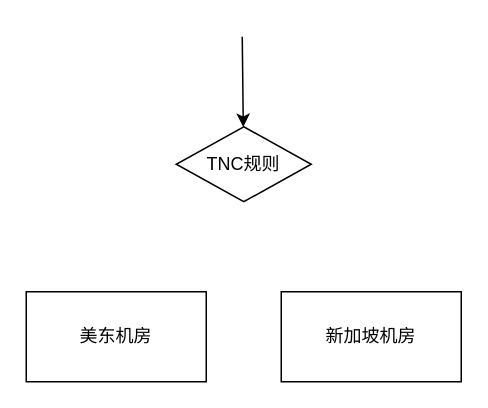
Before: page "Page-2" (2 of 3) of Untitled Diagram.drawio in xiaoxiaociel/demos, a draw.io diagram. Source tidied: cells renumbered, new cells numbered last; positions are measured from the earlier drawing's top-left corner, leaving out a move shared by most shapes. Both pictures are drawn from the tidied source at 150%, with x=0, y=0 at pixel (26, 36).
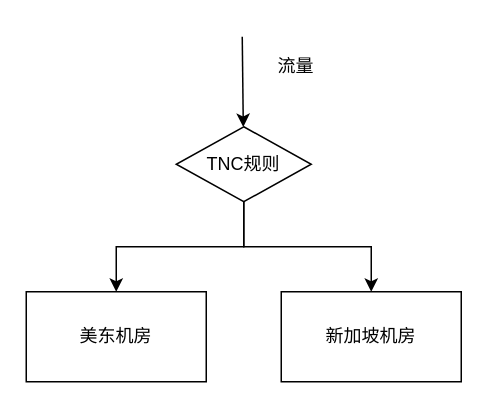
The same diagram, later.

Diff of the diagram source:
```diff
@@
 <mxGraphModel>
   <root>
     <mxCell id="0" />
     <mxCell id="1" parent="0" />
     <mxCell id="2" value="美东机房" style="rounded=0;whiteSpace=wrap;html=1;" parent="1" vertex="1">
       <mxGeometry y="170" width="120" height="60" as="geometry" />
     </mxCell>
     <mxCell id="3" value="新加坡机房" style="rounded=0;whiteSpace=wrap;html=1;" parent="1" vertex="1">
       <mxGeometry x="170" y="170" width="120" height="60" as="geometry" />
     </mxCell>
+    <mxCell id="6" style="edgeStyle=orthogonalEdgeStyle;rounded=0;jettySize=auto;html=1;exitX=0.5;exitY=1;exitDx=0;exitDy=0;" parent="1" edge="1" source="4" target="2">
+      <mxGeometry relative="1" as="geometry" />
+    </mxCell>
+    <mxCell id="7" style="edgeStyle=orthogonalEdgeStyle;rounded=0;jettySize=auto;html=1;exitX=0.5;exitY=1;exitDx=0;exitDy=0;" parent="1" edge="1" source="4" target="3">
+      <mxGeometry relative="1" as="geometry" />
+    </mxCell>
     <mxCell id="4" value="TNC规则" style="rhombus;whiteSpace=wrap;html=1;" parent="1" vertex="1">
       <mxGeometry x="100" y="60" width="90" height="50" as="geometry" />
     </mxCell>
     <mxCell id="5" style="endArrow=classic;html=1;" parent="1" edge="1" target="4">
       <mxGeometry relative="1" as="geometry">
         <mxPoint x="144" as="sourcePoint" />
       </mxGeometry>
     </mxCell>
+    <mxCell id="8" value="流量" style="text;html=1;strokeColor=none;fillColor=none;align=center;verticalAlign=middle;whiteSpace=wrap;rounded=0;" parent="1" vertex="1">
+      <mxGeometry x="160" y="10" width="40" height="20" as="geometry" />
+    </mxCell>
   </root>
 </mxGraphModel>
```
